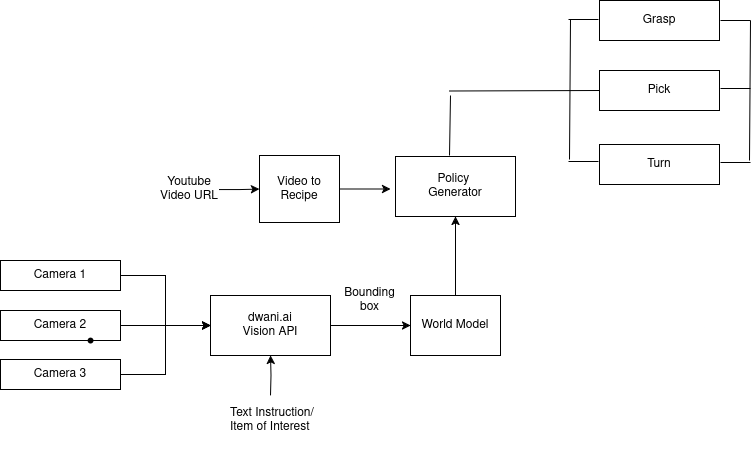
This is docs/biryani-bot.drawio.png from sachinsshetty/biryani_bot, a draw.io export, as it was before one commit. Source tidied: cells renumbered, new cells last; positions are measured from the earlier drawing's top-left corner, leaving out a move shared by most shapes.
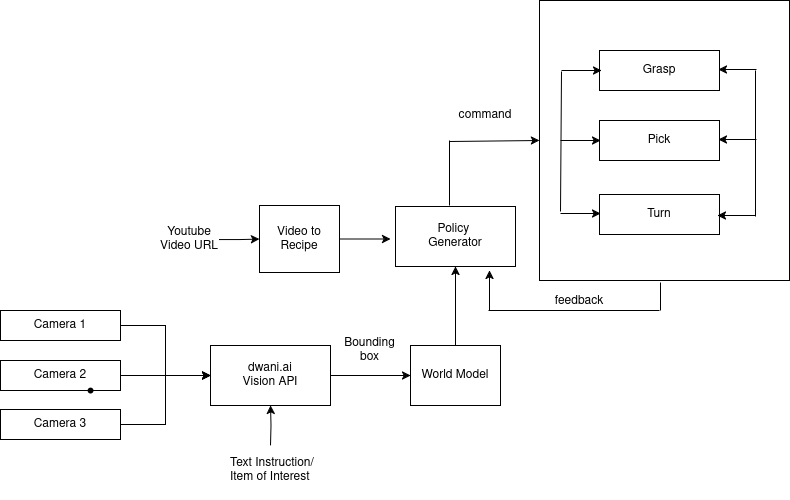
The same diagram one commit later.

Commit message:
add-system-diagram

Diff of the diagram source:
```diff
@@ -72,58 +72,91 @@
     <mxCell id="23" value="Turn" style="rounded=0;whiteSpace=wrap;html=1;" parent="1" vertex="1">
       <mxGeometry x="599" y="144" width="120" height="40" as="geometry" />
     </mxCell>
-    <mxCell id="24" style="endArrow=none;html=1;rounded=0;" parent="1" edge="1">
-      <mxGeometry relative="1" as="geometry">
-        <mxPoint x="720" y="20" as="sourcePoint" />
-        <mxPoint x="750" y="20" as="targetPoint" />
-      </mxGeometry>
-    </mxCell>
-    <mxCell id="25" style="endArrow=none;html=1;rounded=0;" parent="1" edge="1">
-      <mxGeometry relative="1" as="geometry">
-        <mxPoint x="720" y="88" as="sourcePoint" />
-        <mxPoint x="750" y="88" as="targetPoint" />
-      </mxGeometry>
-    </mxCell>
-    <mxCell id="26" style="endArrow=none;html=1;rounded=0;" parent="1" edge="1">
-      <mxGeometry relative="1" as="geometry">
-        <mxPoint x="720" y="162" as="sourcePoint" />
-        <mxPoint x="750" y="162" as="targetPoint" />
-      </mxGeometry>
-    </mxCell>
     <mxCell id="27" style="endArrow=none;html=1;rounded=0;" parent="1" edge="1">
       <mxGeometry relative="1" as="geometry">
-        <mxPoint x="750" y="20" as="sourcePoint" />
-        <mxPoint x="749" y="160" as="targetPoint" />
+        <mxPoint x="755" y="20" as="sourcePoint" />
+        <mxPoint x="755" y="166" as="targetPoint" />
       </mxGeometry>
     </mxCell>
-    <mxCell id="28" style="endArrow=none;html=1;rounded=0;" parent="1" edge="1">
-      <mxGeometry relative="1" as="geometry">
-        <mxPoint x="568" y="19" as="sourcePoint" />
-        <mxPoint x="598" y="19" as="targetPoint" />
-      </mxGeometry>
-    </mxCell>
-    <mxCell id="29" style="endArrow=none;html=1;rounded=0;" parent="1" edge="1">
-      <mxGeometry relative="1" as="geometry">
-        <mxPoint x="568" y="161" as="sourcePoint" />
-        <mxPoint x="598" y="161" as="targetPoint" />
-      </mxGeometry>
-    </mxCell>
     <mxCell id="30" style="endArrow=none;html=1;rounded=0;" parent="1" edge="1">
       <mxGeometry relative="1" as="geometry">
-        <mxPoint x="570" y="19" as="sourcePoint" />
-        <mxPoint x="569" y="159" as="targetPoint" />
+        <mxPoint x="561" y="21" as="sourcePoint" />
+        <mxPoint x="560" y="161" as="targetPoint" />
       </mxGeometry>
     </mxCell>
     <mxCell id="31" style="endArrow=none;html=1;rounded=0;" parent="1" edge="1">
       <mxGeometry relative="1" as="geometry">
-        <mxPoint x="450" y="95" as="sourcePoint" />
+        <mxPoint x="449" y="90" as="sourcePoint" />
         <mxPoint x="449" y="155" as="targetPoint" />
       </mxGeometry>
     </mxCell>
-    <mxCell id="32" style="endArrow=none;html=1;rounded=0;entryX=0;entryY=0.5;entryDx=0;entryDy=0;" parent="1" edge="1" target="22">
-      <mxGeometry relative="1" as="geometry">
-        <mxPoint x="449" y="90.5" as="sourcePoint" />
-      </mxGeometry>
-    </mxCell>
+    <mxCell id="33" style="endArrow=classic;html=1;rounded=0;entryX=0;entryY=0.5;entryDx=0;entryDy=0;" parent="1" edge="1" target="40">
+      <mxGeometry relative="1" as="geometry">
+        <mxPoint x="449" y="91" as="sourcePoint" />
+      </mxGeometry>
+    </mxCell>
+    <mxCell id="34" style="endArrow=classic;html=1;rounded=0;" parent="1" edge="1">
+      <mxGeometry relative="1" as="geometry">
+        <mxPoint x="560" y="163" as="sourcePoint" />
+        <mxPoint x="600" y="163" as="targetPoint" />
+      </mxGeometry>
+    </mxCell>
+    <mxCell id="35" style="endArrow=classic;html=1;rounded=0;" parent="1" edge="1">
+      <mxGeometry relative="1" as="geometry">
+        <mxPoint x="561" y="20" as="sourcePoint" />
+        <mxPoint x="601" y="20" as="targetPoint" />
+      </mxGeometry>
+    </mxCell>
+    <mxCell id="36" style="endArrow=classic;html=1;rounded=0;" parent="1" edge="1">
+      <mxGeometry relative="1" as="geometry">
+        <mxPoint x="560" y="90" as="sourcePoint" />
+        <mxPoint x="600" y="90" as="targetPoint" />
+      </mxGeometry>
+    </mxCell>
+    <mxCell id="37" style="endArrow=classic;html=1;rounded=0;" parent="1" edge="1">
+      <mxGeometry relative="1" as="geometry">
+        <mxPoint x="755" y="165" as="sourcePoint" />
+        <mxPoint x="717" y="165" as="targetPoint" />
+      </mxGeometry>
+    </mxCell>
+    <mxCell id="38" style="endArrow=classic;html=1;rounded=0;" parent="1" edge="1">
+      <mxGeometry relative="1" as="geometry">
+        <mxPoint x="756" y="89" as="sourcePoint" />
+        <mxPoint x="718" y="89" as="targetPoint" />
+      </mxGeometry>
+    </mxCell>
+    <mxCell id="39" style="endArrow=classic;html=1;rounded=0;" parent="1" edge="1">
+      <mxGeometry relative="1" as="geometry">
+        <mxPoint x="756" y="19" as="sourcePoint" />
+        <mxPoint x="718" y="19" as="targetPoint" />
+      </mxGeometry>
+    </mxCell>
+    <mxCell id="40" style="rounded=0;whiteSpace=wrap;html=1;fillColor=none;" parent="1" vertex="1">
+      <mxGeometry x="539" y="-50" width="250" height="280" as="geometry" />
+    </mxCell>
+    <mxCell id="41" value="command" style="text;html=1;align=center;verticalAlign=middle;whiteSpace=wrap;rounded=0;" parent="1" vertex="1">
+      <mxGeometry x="455" y="50" width="60" height="30" as="geometry" />
+    </mxCell>
+    <mxCell id="42" style="endArrow=none;html=1;rounded=0;" parent="1" edge="1">
+      <mxGeometry relative="1" as="geometry">
+        <mxPoint x="488" y="260" as="sourcePoint" />
+        <mxPoint x="659" y="260" as="targetPoint" />
+      </mxGeometry>
+    </mxCell>
+    <mxCell id="43" style="endArrow=none;html=1;rounded=0;" parent="1" edge="1">
+      <mxGeometry relative="1" as="geometry">
+        <mxPoint x="660" y="260" as="sourcePoint" />
+        <mxPoint x="660" y="232" as="targetPoint" />
+      </mxGeometry>
+    </mxCell>
+    <mxCell id="44" style="endArrow=classic;html=1;rounded=0;" parent="1" edge="1">
+      <mxGeometry relative="1" as="geometry">
+        <mxPoint x="489" y="260" as="sourcePoint" />
+        <mxPoint x="489" y="220" as="targetPoint" />
+      </mxGeometry>
+    </mxCell>
+    <mxCell id="45" value="feedback" style="text;html=1;align=center;verticalAlign=middle;whiteSpace=wrap;rounded=0;" parent="1" vertex="1">
+      <mxGeometry x="549" y="236" width="60" height="30" as="geometry" />
+    </mxCell>
   </root>
 </mxGraphModel>
```
